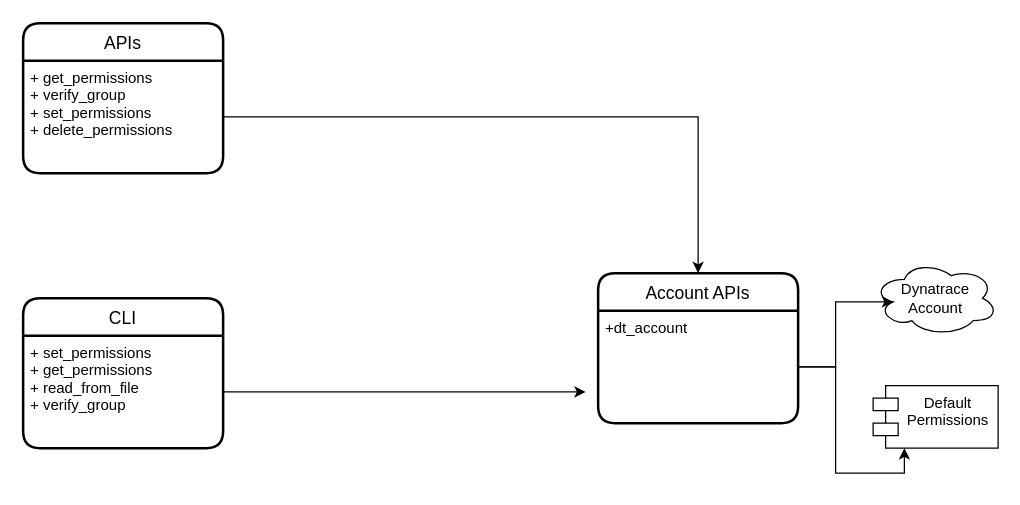
The draw.io diagram page "Component" (1 of 3) of design/class_diagram.drawio in Droulard/dynatrace-account-permissioning, before the edit. Source tidied: cells renumbered, new cells numbered last; positions are measured from the earlier drawing's top-left corner, leaving out a move shared by most shapes. Both pictures are drawn from the tidied source at 125%, with x=0, y=0 at pixel (22, 22).
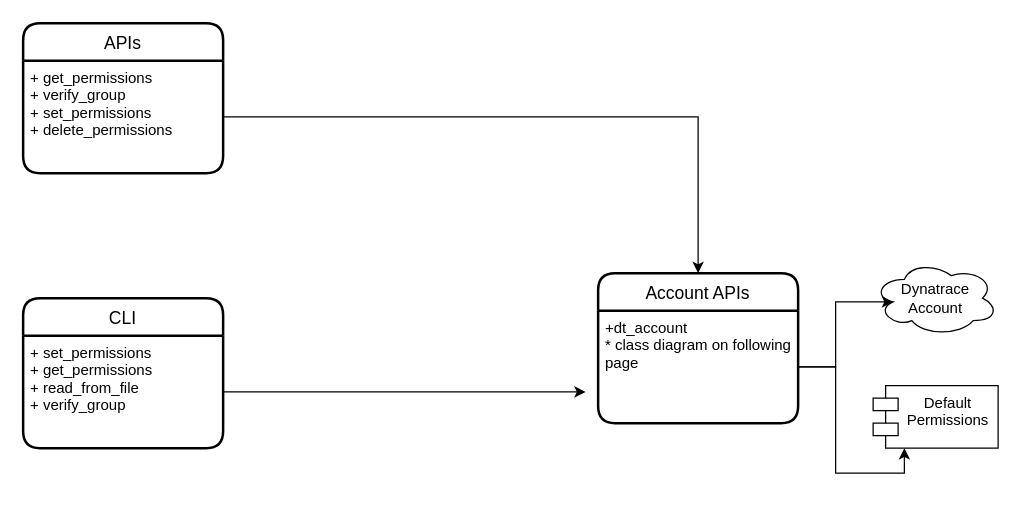
The same diagram, later.

Commit message:
Additional Designs provided

Change to the diagram source:
```diff
@@
 <mxGraphModel>
   <root>
     <mxCell id="0" />
     <mxCell id="1" parent="0" />
     <mxCell id="2" value="Dynatrace Account" style="ellipse;shape=cloud;whiteSpace=wrap;html=1;align=center;" parent="1" vertex="1">
       <mxGeometry x="680" y="190" width="100" height="60" as="geometry" />
     </mxCell>
     <mxCell id="3" value="APIs" style="swimlane;horizontal=1;startSize=30;rounded=1;fontSize=14;fontStyle=0;strokeWidth=2;shadow=0;dashed=0;align=center;" parent="1" vertex="1">
       <mxGeometry width="160" height="120" as="geometry" />
     </mxCell>
     <mxCell id="4" value="+ get_permissions&#10;+ verify_group&#10;+ set_permissions&#10;+ delete_permissions" style="align=left;strokeColor=none;fillColor=none;spacingLeft=4;fontSize=12;verticalAlign=top;" parent="3" vertex="1">
       <mxGeometry y="30" width="160" height="90" as="geometry" />
     </mxCell>
     <mxCell id="5" value="CLI" style="swimlane;horizontal=1;startSize=30;rounded=1;fontSize=14;fontStyle=0;strokeWidth=2;shadow=0;dashed=0;align=center;" parent="1" vertex="1">
       <mxGeometry y="220" width="160" height="120" as="geometry" />
     </mxCell>
     <mxCell id="6" value="+ set_permissions&#10;+ get_permissions&#10;+ read_from_file&#10;+ verify_group" style="align=left;strokeColor=none;fillColor=none;spacingLeft=4;fontSize=12;verticalAlign=top;" parent="5" vertex="1">
       <mxGeometry y="30" width="160" height="90" as="geometry" />
     </mxCell>
     <mxCell id="7" value="Account APIs" style="swimlane;horizontal=1;startSize=30;rounded=1;fontSize=14;fontStyle=0;strokeWidth=2;shadow=0;dashed=0;align=center;" parent="1" vertex="1">
       <mxGeometry x="460" y="200" width="160" height="120" as="geometry" />
     </mxCell>
-    <mxCell id="8" value="+dt_account" style="align=left;strokeColor=none;fillColor=none;spacingLeft=4;fontSize=12;verticalAlign=top;" parent="7" vertex="1">
+    <mxCell id="8" value="+dt_account&#10;* class diagram on following &#10;page" style="align=left;strokeColor=none;fillColor=none;spacingLeft=4;fontSize=12;verticalAlign=top;" parent="7" vertex="1">
       <mxGeometry y="30" width="160" height="90" as="geometry" />
     </mxCell>
     <mxCell id="9" value="Default &#10;Permissions" style="shape=module;align=left;spacingLeft=20;align=center;verticalAlign=top;" parent="1" vertex="1">
       <mxGeometry x="680" y="290" width="100" height="50" as="geometry" />
     </mxCell>
     <mxCell id="10" style="edgeStyle=orthogonalEdgeStyle;rounded=0;jettySize=auto;html=1;entryX=0.16;entryY=0.55;entryDx=0;entryDy=0;entryPerimeter=0;" parent="1" edge="1" source="8" target="2">
       <mxGeometry relative="1" as="geometry" />
     </mxCell>
     <mxCell id="11" style="edgeStyle=orthogonalEdgeStyle;rounded=0;jettySize=auto;html=1;entryX=0.25;entryY=1;entryDx=0;entryDy=0;" parent="1" edge="1" source="8" target="9">
       <mxGeometry relative="1" as="geometry" />
     </mxCell>
     <mxCell id="12" style="edgeStyle=orthogonalEdgeStyle;rounded=0;jettySize=auto;html=1;entryX=0.5;entryY=0;entryDx=0;entryDy=0;" parent="1" edge="1" source="4" target="7">
       <mxGeometry relative="1" as="geometry" />
     </mxCell>
     <mxCell id="13" style="edgeStyle=orthogonalEdgeStyle;rounded=0;jettySize=auto;html=1;" parent="1" edge="1" source="6">
       <mxGeometry relative="1" as="geometry">
         <mxPoint x="450" y="295" as="targetPoint" />
       </mxGeometry>
     </mxCell>
   </root>
 </mxGraphModel>
```
